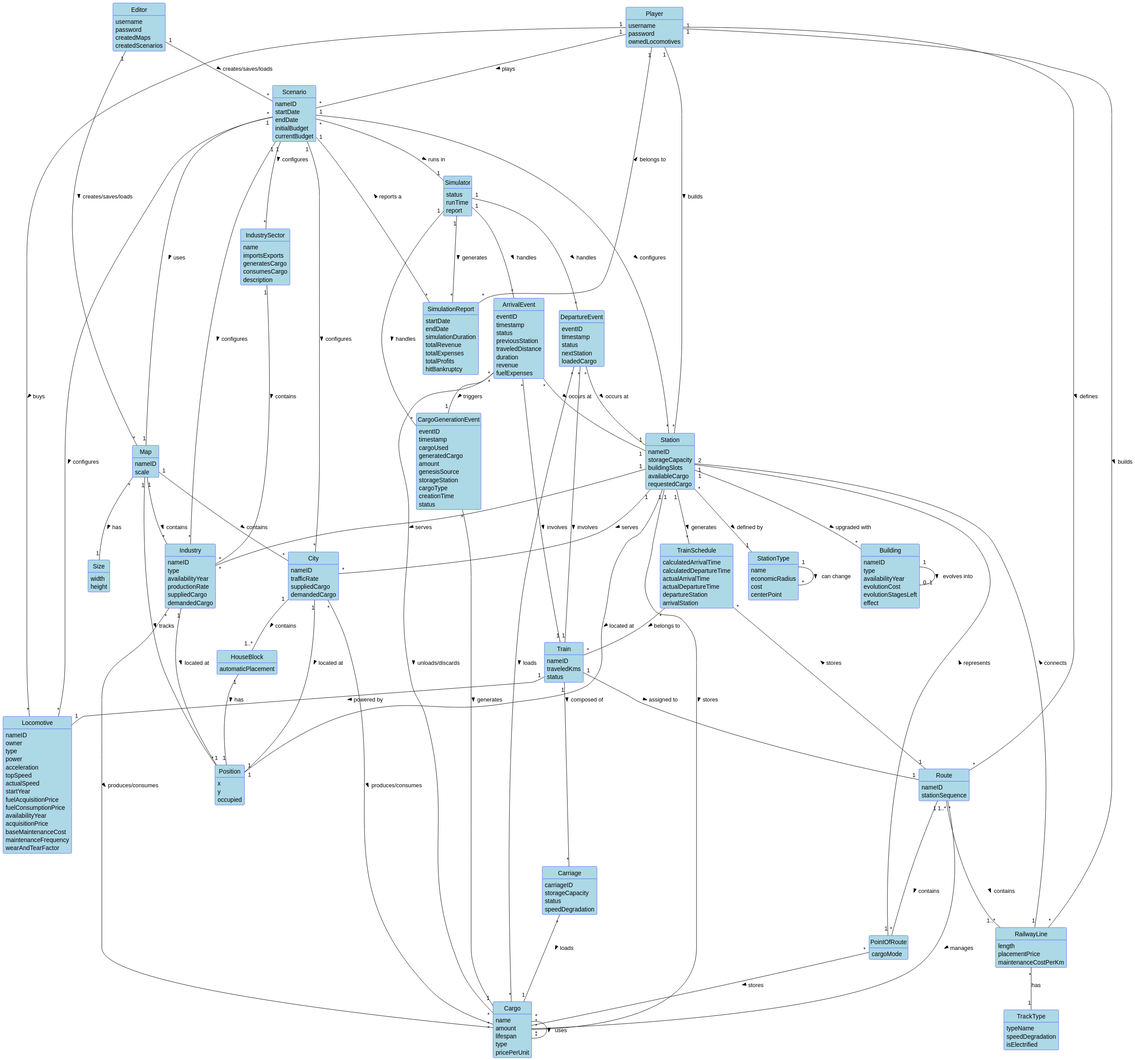
HenriqueSilva18/Railway-Network-Simulator keeps this PlantUML diagram as docs/system-documentation/global-artifacts/02.analysis/svg/DomainModel.svg. Above is the earlier version. The source it was exported from:
```plantuml
@startuml
skinparam shadowing false
skinparam classAttributeIconSize 0
skinparam class {
  BackgroundColor LightBlue
  BorderColor Blue
}
skinparam enum {
  BackgroundColor LightBlue
  BorderColor Blue
}
hide circle
hide methods

class Player {
  username
  password
  ownedLocomotives
}

class Editor {
  username
  password
  createdMaps
  createdScenarios
}

class Map {
  nameID
  scale
}

class Size {
  width
  height
}

class Position {
  x
  y
  occupied
}

class Scenario {
  nameID
  startDate
  endDate
  initialBudget
  currentBudget
}

class Simulator {
  status
  runTime
  report
}

class CargoGenerationEvent {
  eventID
  timestamp
  cargoUsed
  generatedCargo
  amount
  genesisSource
  storageStation
  cargoType
  creationTime
  status
}

class DepartureEvent {
    eventID
    timestamp
    status
    nextStation
    loadedCargo
}

class ArrivalEvent {
    eventID
    timestamp
    status
    previousStation
    traveledDistance
    duration
    revenue
    fuelExpenses
}

class SimulationReport {
    startDate
    endDate
    simulationDuration
    totalRevenue
    totalExpenses
    totalProfits
    hitBankruptcy
}

class City {
  nameID
  trafficRate
  suppliedCargo
  demandedCargo
}

class HouseBlock {
  automaticPlacement
}

class Industry {
  nameID
  type
  availabilityYear
  productionRate
  suppliedCargo
  demandedCargo
}

class IndustrySector {
  name
  importsExports
  generatesCargo
  consumesCargo
  description
}

class Cargo {
  name
  amount
  lifespan
  type
  pricePerUnit
}

class Station {
  nameID
  storageCapacity
  buildingSlots
  availableCargo
  requestedCargo
}

class StationType {
  name
  economicRadius
  cost
  centerPoint
}

class TrainSchedule {
  calculatedArrivalTime
  calculatedDepartureTime
  actualArrivalTime
  actualDepartureTime
  departureStation
  arrivalStation
}

class Building {
  nameID
  type
  availabilityYear
  evolutionCost
  evolutionStagesLeft
  effect
}

class RailwayLine {
  length
  placementPrice
  maintenanceCostPerKm
}

class TrackType{
  typeName
  speedDegradation
  isElectrified
}

class Locomotive {
  nameID
  owner
  type
  power
  acceleration
  topSpeed
  actualSpeed
  startYear
  fuelAcquisitionPrice
  fuelConsumptionPrice
  availabilityYear
  acquisitionPrice
  baseMaintenanceCost
  maintenanceFrequency
  wearAndTearFactor
}

class Train {
  nameID
  traveledKms
  status
}

class Carriage {
  carriageID
  storageCapacity
  status
  speedDegradation
}

class Route {
  nameID
  stationSequence
}

class PointOfRoute {
  cargoMode
}

Editor "1" -- "*" Map : creates/saves/loads >
Editor "1" -- "*" Scenario : creates/saves/loads >
Scenario "*" -- "1" Map : uses >
Player "1" -- "*" Scenario : plays >
Scenario "*" -- "1" Simulator : runs in >
Map "1" -- "*" City : contains >
Map "1" -- "*" Industry : contains >
Map "*" -- "1" Size : has >
City "*" -- "*" Cargo : produces/consumes >
Player "1" -- "*" Station : builds >
Player "1" -- "*" RailwayLine : builds >
Station "1" -- "*" Building : upgraded with >
Station "1" -- "*" City : serves >
Station "1" -- "*" Industry : serves >
Station "1" -- "*" Cargo : stores >
RailwayLine "1" -- "2" Station : connects >
Player "1" -- "*" Locomotive : buys >
Train "1" -- "1" Locomotive : powered by >
Train "1" -- "*" Carriage : composed of >
Carriage "*" -- "1" Cargo : loads >
Train "1" -- "1" Route : assigned to >
Route "1" -- "*" PointOfRoute : contains >
PointOfRoute "1" -- "1" Station : represents >
PointOfRoute "*" -- "*" Cargo : stores >
Route "*" -- "*" Cargo : manages >
Scenario "1" -- "*" Locomotive : configures >
Scenario "1" -- "*" Industry : configures >
Scenario "1" -- "*" IndustrySector : configures >
Scenario "1" -- "*" Station : configures >
Route "1..*" -- "1..*" RailwayLine : contains >
Building "1" -- "0..1" Building : evolves into >
Player "1" -- "*" Route : defines >
Scenario "1" -- "*" City : configures >
City "1" -- "1" Position : located at >
Industry "1" -- "1" Position : located at >
Station "1" -- "1" Position : located at >
Map "1" -- "*" Position : tracks >
City "1" -- "1..*" HouseBlock : contains >
HouseBlock "1" -- "1" Position : has >
IndustrySector "1" -- "*" Industry : contains >
Industry "*" -- "*" Cargo : produces/consumes >
Station "*" -- "1" StationType : defined by >
StationType "1" -- "*" StationType : can change >
TrainSchedule "*" -- "*" Train: belongs to >
Station "1" -- "*" TrainSchedule: generates >
Simulator "1" -- "*" SimulationReport : generates >
SimulationReport "*" -- "1" Scenario : reports a >
SimulationReport "*" -- "1" Player : belongs to >
RailwayLine "*" -- "1" TrackType: has
Simulator "1" -- "*" CargoGenerationEvent : handles >
CargoGenerationEvent "*" -- "1" Cargo : generates >
Simulator "1" -- "*" DepartureEvent : handles >
Simulator "1" -- "*" ArrivalEvent : handles >

Cargo "*" -- "*" Cargo : uses >
Route "1" -- "*" TrainSchedule : stores  >


DepartureEvent "*" -- "1" Train : involves >

DepartureEvent "*" -- "1" Station : occurs at >
DepartureEvent "*" -- "*" Cargo : loads >

ArrivalEvent "*" -- "1" Train : involves >

ArrivalEvent "*" -- "1" Station : occurs at >
ArrivalEvent "*" -- "*" Cargo : unloads/discards >
ArrivalEvent "*" -- "1" CargoGenerationEvent : triggers >
@enduml
```
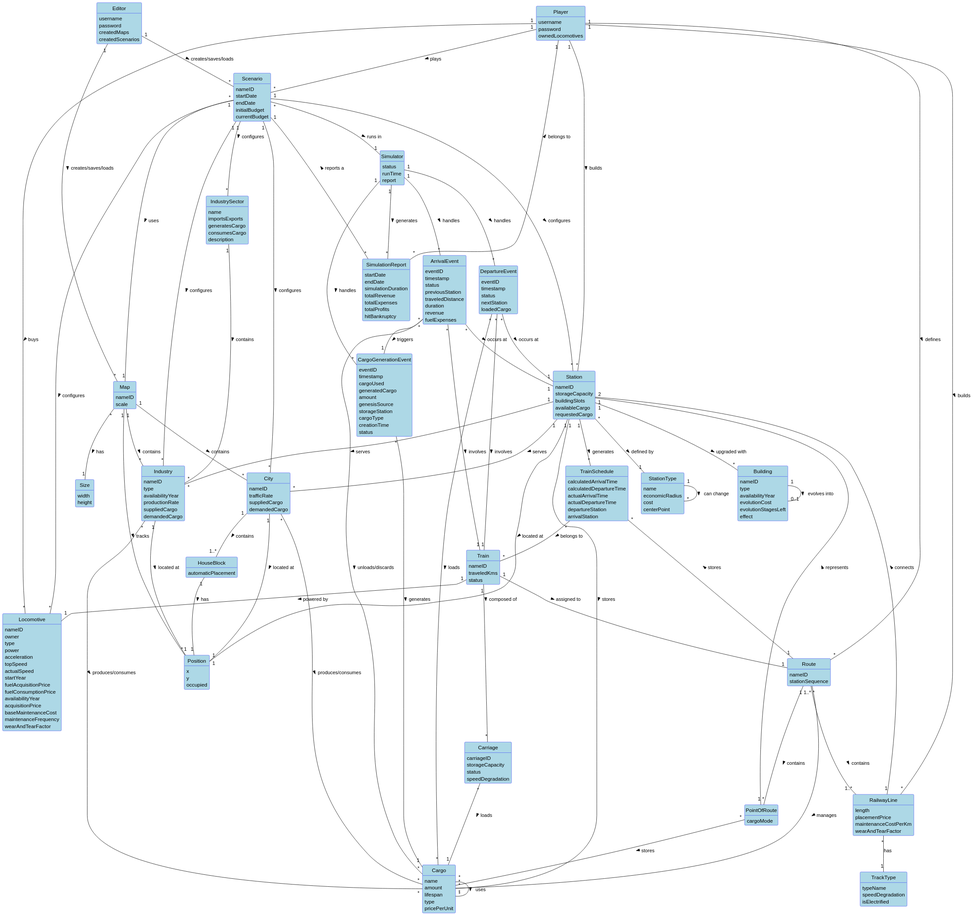
After the commit.

Commit message:
[Global Artifacts] - Ref #318, Ref #400 - Minor Domain Model and Glossary synchronization

Change to the diagram source:
```diff
@@ -170,6 +170,7 @@
   length
   placementPrice
   maintenanceCostPerKm
+  wearAndTearFactor
 }
 
 class TrackType{
```
